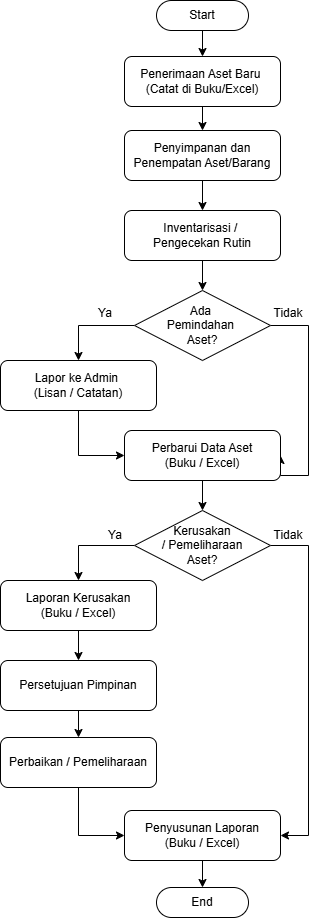
Above: Flowchart/Flowchart Sistem Berjalan.drawio.png in fatihfaritshi/Draft-Tugas-Akhir- (draw.io), before the change. Source tidied: cells renumbered, new cells last; positions are measured from the earlier drawing's top-left corner, leaving out a move shared by most shapes.
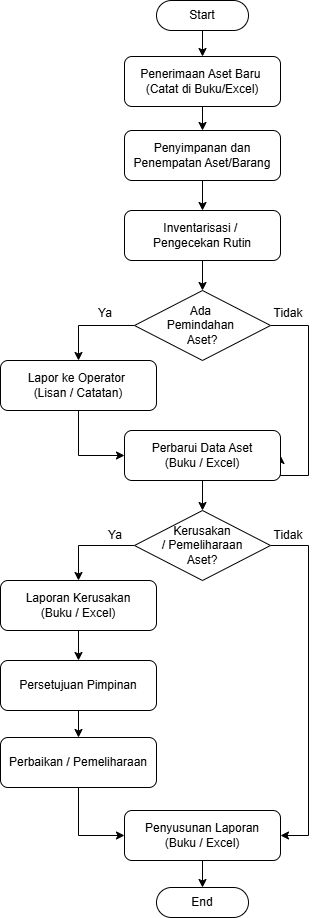
The same diagram one commit later.

Change to the diagram source:
```diff
@@ -47,7 +47,7 @@
     <mxCell id="13" style="edgeStyle=orthogonalEdgeStyle;rounded=0;jettySize=auto;html=1;entryX=0;entryY=0.5;entryDx=0;entryDy=0;" parent="1" edge="1" source="14" target="16">
       <mxGeometry relative="1" as="geometry" />
     </mxCell>
-    <mxCell id="14" value="Lapor ke Admin&amp;nbsp;&lt;div&gt;(Lisan / Catatan)&lt;/div&gt;" style="rounded=1;whiteSpace=wrap;html=1;" parent="1" vertex="1">
+    <mxCell id="14" value="Lapor ke Operator&amp;nbsp;&lt;div&gt;(Lisan / Catatan)&lt;/div&gt;" style="rounded=1;whiteSpace=wrap;html=1;" parent="1" vertex="1">
       <mxGeometry y="360" width="156" height="50" as="geometry" />
     </mxCell>
     <mxCell id="15" style="edgeStyle=orthogonalEdgeStyle;rounded=0;jettySize=auto;html=1;entryX=0.5;entryY=0;entryDx=0;entryDy=0;" parent="1" edge="1" source="16" target="21">
```
